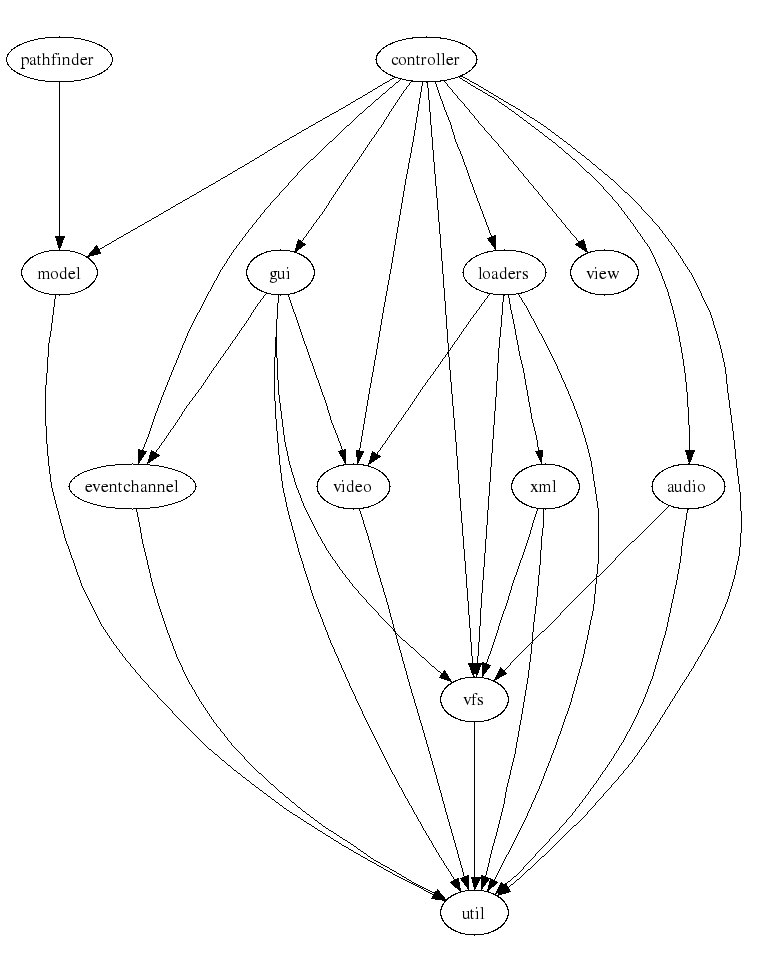
Before: doc/dependencies/moduledeps.png, a diagram exported from Graphviz (fifengine/fifengine). Its source is kept beside it as doc/dependencies/moduledeps.dot.
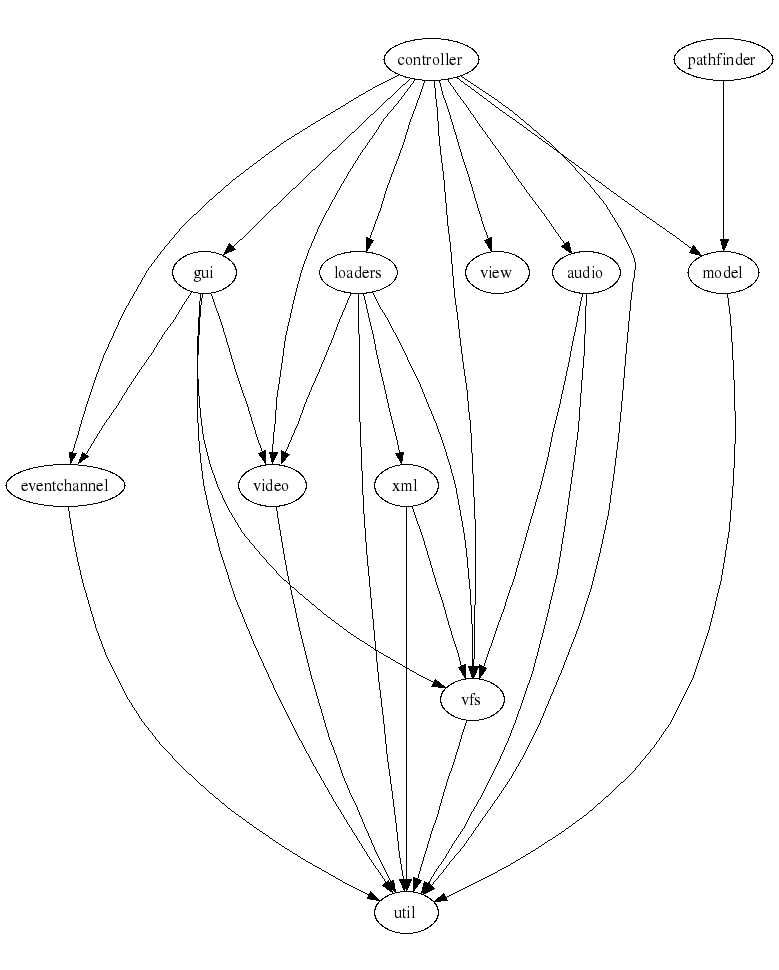
After the change.

Diff of the diagram source:
```diff
@@ -5,30 +5,30 @@
     fontsize="16";
     fontname="Helvetica";
     clusterrank="local";
-    "xml" -> "util"
-    "xml" -> "vfs"
-    "pathfinder" -> "model"
+    "audio" -> "util"
+    "audio" -> "vfs"
+    "controller" -> "audio"
+    "controller" -> "eventchannel"
+    "controller" -> "gui"
+    "controller" -> "loaders"
+    "controller" -> "model"
+    "controller" -> "util"
+    "controller" -> "vfs"
+    "controller" -> "video"
+    "controller" -> "view"
+    "eventchannel" -> "util"
+    "gui" -> "eventchannel"
     "gui" -> "util"
     "gui" -> "vfs"
     "gui" -> "video"
-    "gui" -> "eventchannel"
-    "eventchannel" -> "util"
     "loaders" -> "util"
+    "loaders" -> "vfs"
     "loaders" -> "video"
-    "loaders" -> "vfs"
     "loaders" -> "xml"
-    "controller" -> "gui"
-    "controller" -> "eventchannel"
-    "controller" -> "loaders"
-    "controller" -> "util"
-    "controller" -> "video"
-    "controller" -> "model"
-    "controller" -> "audio"
-    "controller" -> "vfs"
-    "controller" -> "view"
+    "model" -> "util"
+    "pathfinder" -> "model"
+    "vfs" -> "util"
     "video" -> "util"
-    "model" -> "util"
-    "audio" -> "util"
-    "audio" -> "vfs"
-    "vfs" -> "util"
+    "xml" -> "util"
+    "xml" -> "vfs"
 }
```
